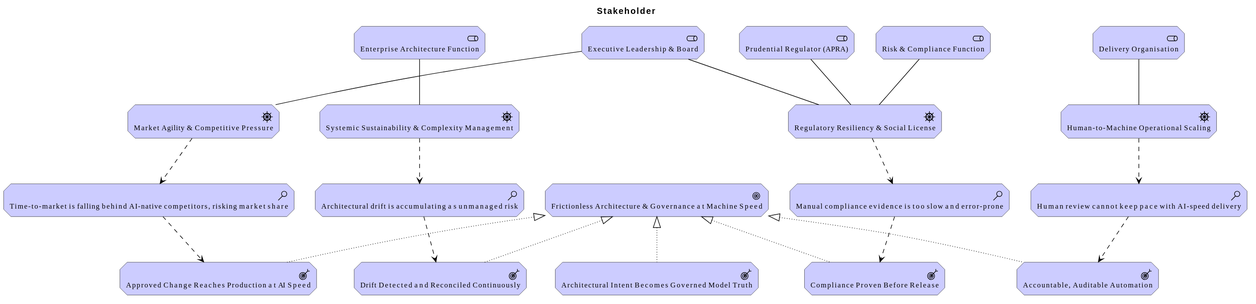
wolffy-au/frictionless-architect keeps this PlantUML diagram as architecture/model/diagrams/vision/1-stakeholder.svg. Above is the earlier version.
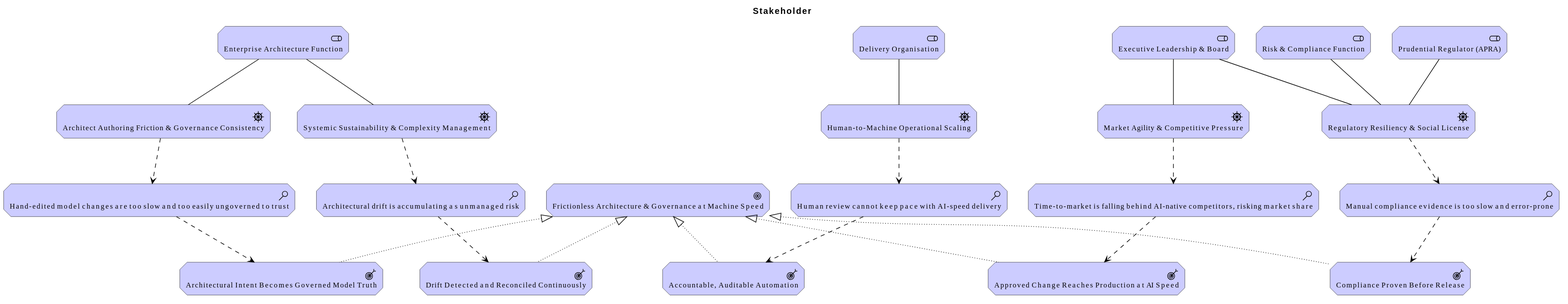
The same file after the commit.

Commit message:
feat(model): trace the authoring outcome up to its stakeholder

What changed in the source:
```diff
@@ -7,6 +7,7 @@
 Motivation_Driver(e_idffe4063e121e5d, "Regulatory Resiliency & Social License")
 Motivation_Driver(e_idb3458ded88aa5a, "Systemic Sustainability & Complexity Management")
 Motivation_Driver(e_ida75d463a748254, "Human-to-Machine Operational Scaling")
+Motivation_Driver(e_idf653e0ef73fe55, "Architect Authoring Friction & Governance Consistency")
 Motivation_Stakeholder(e_id19419ed668d556, "Executive Leadership & Board")
 Motivation_Stakeholder(e_idbd4abc7ec42554, "Prudential Regulator (APRA)")
 Motivation_Stakeholder(e_id3bf463ccf22a53, "Enterprise Architecture Function")
@@ -16,6 +17,7 @@
 Motivation_Assessment(e_idb87589e2f37157, "Human review cannot keep pace with AI-speed delivery")
 Motivation_Assessment(e_id62397473120e57, "Architectural drift is accumulating as unmanaged risk")
 Motivation_Assessment(e_idca6274daf5c552, "Manual compliance evidence is too slow and error-prone")
+Motivation_Assessment(e_idf7ed73f063ed53, "Hand-edited model changes are too slow and too easily ungoverned to trust")
 Motivation_Goal(e_id76f6d8b4d70151, "Frictionless Architecture & Governance at Machine Speed")
 Motivation_Outcome(e_id79b6a1e545325d, "Drift Detected and Reconciled Continuously")
 Motivation_Outcome(e_id3be36e7ab88a59, "Approved Change Reaches Production at AI Speed")
@@ -29,14 +31,17 @@
 Rel_Association(e_id3bf463ccf22a53, e_idb3458ded88aa5a, "")
 Rel_Association(e_idb1fdf098c7c056, e_ida75d463a748254, "")
 Rel_Association(e_id133bbac4b3e450, e_idffe4063e121e5d, "")
+Rel_Association(e_id3bf463ccf22a53, e_idf653e0ef73fe55, "")
 Rel_Influence(e_ida87011c08f1e5a, e_id6f46906d5a1152, "")
 Rel_Influence(e_ida75d463a748254, e_idb87589e2f37157, "")
 Rel_Influence(e_idb3458ded88aa5a, e_id62397473120e57, "")
 Rel_Influence(e_idffe4063e121e5d, e_idca6274daf5c552, "")
+Rel_Influence(e_idf653e0ef73fe55, e_idf7ed73f063ed53, "")
 Rel_Influence(e_id6f46906d5a1152, e_id3be36e7ab88a59, "")
 Rel_Influence(e_idb87589e2f37157, e_ide8275430b0ad5e, "")
 Rel_Influence(e_id62397473120e57, e_id79b6a1e545325d, "")
 Rel_Influence(e_idca6274daf5c552, e_id4f39e9ec8e4656, "")
+Rel_Influence(e_idf7ed73f063ed53, e_id6b1d572f6ec253, "")
 Rel_Realization_Up(e_id79b6a1e545325d, e_id76f6d8b4d70151, "")
 Rel_Realization_Up(e_id3be36e7ab88a59, e_id76f6d8b4d70151, "")
 Rel_Realization_Up(e_id4f39e9ec8e4656, e_id76f6d8b4d70151, "")
```
